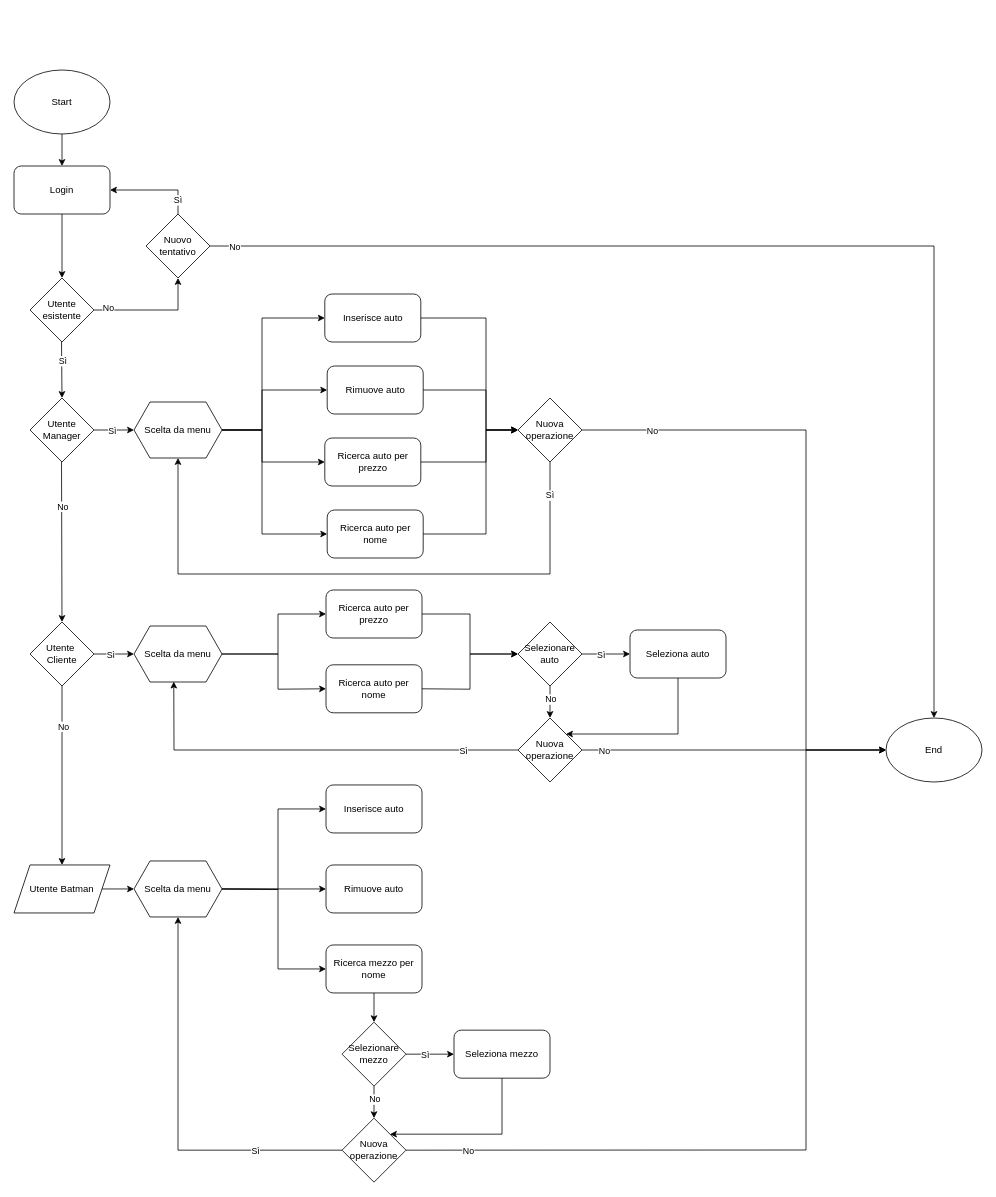
Above: Autonoleggio.drawio in margot71/Autonoleggio (draw.io), before the change. Source tidied: cells renumbered, new cells numbered last; positions are measured from the earlier drawing's top-left corner, leaving out a move shared by most shapes. Both pictures are drawn from the tidied source at 80%, with x=0, y=0 at pixel (14, 70).
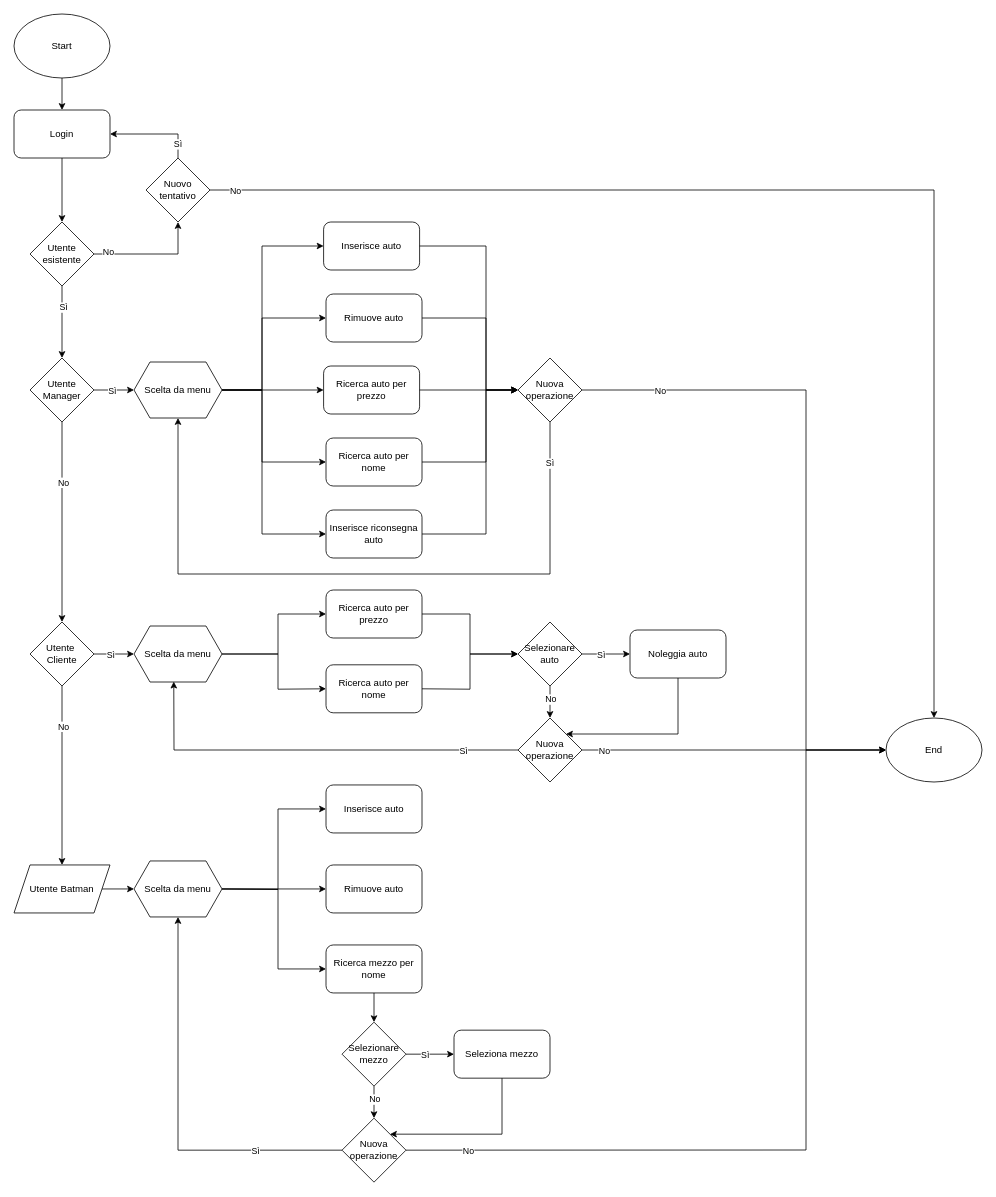
The same diagram, later.

The change refers to these unchanged cells:
```xml
<mxCell id="18" value="Utente&amp;nbsp;&lt;div&gt;Cliente&lt;/div&gt;" style="rhombus;whiteSpace=wrap;html=1;" parent="1" vertex="1">
  <mxGeometry x="20" y="690" width="80" height="80" as="geometry" />
</mxCell>
<mxCell id="55" value="End" style="ellipse;whiteSpace=wrap;html=1;" parent="1" vertex="1">
  <mxGeometry x="1090" y="810" width="120" height="80" as="geometry" />
</mxCell>
```

The edit, as a diff of the source:
```diff
@@
     <mxCell id="2" value="Start" style="ellipse;whiteSpace=wrap;html=1;" parent="1" vertex="1">
-      <mxGeometry width="120" height="80" as="geometry" />
+      <mxGeometry y="-70" width="120" height="80" as="geometry" />
     </mxCell>
@@
     <mxCell id="5" value="Scelta da menu" style="shape=hexagon;perimeter=hexagonPerimeter2;whiteSpace=wrap;html=1;fixedSize=1;" parent="1" vertex="1">
-      <mxGeometry x="150" y="415" width="110" height="70" as="geometry" />
+      <mxGeometry x="150" y="365" width="110" height="70" as="geometry" />
     </mxCell>
     <mxCell id="6" value="Utente esistente" style="rhombus;whiteSpace=wrap;html=1;" parent="1" vertex="1">
-      <mxGeometry x="20" y="260" width="80" height="80" as="geometry" />
+      <mxGeometry x="20" y="190" width="80" height="80" as="geometry" />
     </mxCell>
@@
     <mxCell id="8" style="endArrow=classic;html=1;rounded=0;entryX=0.5;entryY=1;entryDx=0;entryDy=0;" parent="1" edge="1" target="81">
       <mxGeometry relative="1" as="geometry">
-        <mxPoint x="100" y="300" as="sourcePoint" />
+        <mxPoint x="100" y="230" as="sourcePoint" />
         <Array as="points">
-          <mxPoint x="205" y="300" />
+          <mxPoint x="205" y="230" />
         </Array>
       </mxGeometry>
     </mxCell>
@@
-    <mxCell id="10" style="endArrow=classic;html=1;rounded=0;exitX=0.5;exitY=1;exitDx=0;exitDy=0;entryX=0.5;entryY=0;entryDx=0;entryDy=0;" parent="1" edge="1" target="12">
-      <mxGeometry relative="1" as="geometry">
-        <mxPoint x="59.4" y="340" as="sourcePoint" />
-      </mxGeometry>
+    <mxCell id="10" style="endArrow=classic;html=1;rounded=0;entryX=0.5;entryY=0;entryDx=0;entryDy=0;exitX=0.5;exitY=1;exitDx=0;exitDy=0;" parent="1" edge="1" source="6" target="12">
+      <mxGeometry relative="1" as="geometry" />
     </mxCell>
     <mxCell id="11" value="Sì" style="edgeLabel;html=1;align=center;verticalAlign=middle;" parent="10" vertex="1">
-      <mxGeometry x="-0.31" y="1" relative="1" as="geometry" />
+      <mxGeometry x="-0.42" y="1" relative="1" as="geometry" />
     </mxCell>
     <mxCell id="12" value="Utente Manager" style="rhombus;whiteSpace=wrap;html=1;" parent="1" vertex="1">
-      <mxGeometry x="20" y="410" width="80" height="80" as="geometry" />
+      <mxGeometry x="20" y="360" width="80" height="80" as="geometry" />
     </mxCell>
-    <mxCell id="13" style="endArrow=classic;html=1;rounded=0;exitX=0.5;exitY=1;exitDx=0;exitDy=0;entryX=0.5;entryY=0;entryDx=0;entryDy=0;" parent="1" edge="1" target="18">
-      <mxGeometry relative="1" as="geometry">
-        <mxPoint x="59.4" y="490" as="sourcePoint" />
-      </mxGeometry>
+    <mxCell id="13" style="endArrow=classic;html=1;rounded=0;exitX=0.5;exitY=1;exitDx=0;exitDy=0;entryX=0.5;entryY=0;entryDx=0;entryDy=0;" parent="1" edge="1" source="12" target="18">
+      <mxGeometry relative="1" as="geometry" />
     </mxCell>
@@
     <mxCell id="28" value="Login" style="rounded=1;whiteSpace=wrap;html=1;" parent="1" vertex="1">
-      <mxGeometry y="120" width="120" height="60" as="geometry" />
+      <mxGeometry y="50" width="120" height="60" as="geometry" />
     </mxCell>
     <mxCell id="29" value="Inserisce auto" style="rounded=1;whiteSpace=wrap;html=1;" parent="1" vertex="1">
-      <mxGeometry x="388.5" y="280" width="120" height="60" as="geometry" />
+      <mxGeometry x="387" y="190" width="120" height="60" as="geometry" />
     </mxCell>
     <mxCell id="30" value="Rimuove auto" style="rounded=1;whiteSpace=wrap;html=1;" parent="1" vertex="1">
-      <mxGeometry x="391.5" y="370" width="120" height="60" as="geometry" />
+      <mxGeometry x="390" y="280" width="120" height="60" as="geometry" />
     </mxCell>
     <mxCell id="31" style="endArrow=classic;html=1;rounded=0;exitX=1;exitY=0.5;exitDx=0;exitDy=0;entryX=0;entryY=0.5;entryDx=0;entryDy=0;" parent="1" edge="1" source="5" target="29">
       <mxGeometry relative="1" as="geometry">
         <Array as="points">
-          <mxPoint x="310" y="450" />
-          <mxPoint x="310" y="310" />
+          <mxPoint x="310" y="400" />
+          <mxPoint x="310" y="220" />
         </Array>
       </mxGeometry>
     </mxCell>
     <mxCell id="32" style="endArrow=classic;html=1;rounded=0;exitX=1;exitY=0.5;exitDx=0;exitDy=0;entryX=0;entryY=0.5;entryDx=0;entryDy=0;" parent="1" edge="1" source="5" target="30">
       <mxGeometry relative="1" as="geometry">
         <Array as="points">
-          <mxPoint x="310" y="450" />
           <mxPoint x="310" y="400" />
+          <mxPoint x="310" y="310" />
         </Array>
       </mxGeometry>
     </mxCell>
@@
-    <mxCell id="35" value="Seleziona auto" style="rounded=1;whiteSpace=wrap;html=1;" parent="1" vertex="1">
+    <mxCell id="35" value="Noleggia auto" style="rounded=1;whiteSpace=wrap;html=1;" parent="1" vertex="1">
       <mxGeometry x="770" y="700" width="120" height="60" as="geometry" />
     </mxCell>
@@
     <mxCell id="42" style="endArrow=classic;html=1;rounded=0;exitX=1;exitY=0.5;exitDx=0;exitDy=0;entryX=0;entryY=0.5;entryDx=0;entryDy=0;" parent="1" edge="1" source="5" target="44">
       <mxGeometry relative="1" as="geometry">
         <Array as="points">
-          <mxPoint x="310" y="450" />
-          <mxPoint x="310" y="490" />
+          <mxPoint x="310" y="400" />
         </Array>
       </mxGeometry>
     </mxCell>
     <mxCell id="43" style="endArrow=classic;html=1;rounded=0;exitX=1;exitY=0.5;exitDx=0;exitDy=0;entryX=0;entryY=0.5;entryDx=0;entryDy=0;" parent="1" edge="1" source="5" target="45">
       <mxGeometry relative="1" as="geometry">
         <Array as="points">
-          <mxPoint x="310" y="450" />
-          <mxPoint x="310" y="580" />
+          <mxPoint x="310" y="400" />
+          <mxPoint x="310" y="490" />
         </Array>
       </mxGeometry>
     </mxCell>
     <mxCell id="44" value="Ricerca auto per prezzo" style="rounded=1;whiteSpace=wrap;html=1;" parent="1" vertex="1">
-      <mxGeometry x="388.5" y="460" width="120" height="60" as="geometry" />
+      <mxGeometry x="387" y="370" width="120" height="60" as="geometry" />
     </mxCell>
     <mxCell id="45" value="Ricerca auto per nome" style="rounded=1;whiteSpace=wrap;html=1;" parent="1" vertex="1">
-      <mxGeometry x="391.5" y="550" width="120" height="60" as="geometry" />
+      <mxGeometry x="390" y="460" width="120" height="60" as="geometry" />
     </mxCell>
@@
     <mxCell id="50" value="Nuova operazione" style="rhombus;whiteSpace=wrap;html=1;" parent="1" vertex="1">
-      <mxGeometry x="630" y="410" width="80" height="80" as="geometry" />
+      <mxGeometry x="630" y="360" width="80" height="80" as="geometry" />
     </mxCell>
@@
     <mxCell id="53" style="endArrow=classic;html=1;rounded=0;exitX=1;exitY=0.5;exitDx=0;exitDy=0;" parent="1" edge="1" source="50" target="55">
       <mxGeometry relative="1" as="geometry">
         <Array as="points">
-          <mxPoint x="990" y="450" />
+          <mxPoint x="990" y="400" />
           <mxPoint x="990" y="850" />
         </Array>
       </mxGeometry>
     </mxCell>
@@
     <mxCell id="56" style="endArrow=classic;html=1;rounded=0;exitX=1;exitY=0.5;exitDx=0;exitDy=0;entryX=0;entryY=0.5;entryDx=0;entryDy=0;" parent="1" edge="1" source="29" target="50">
       <mxGeometry relative="1" as="geometry">
         <Array as="points">
-          <mxPoint x="590" y="310" />
-          <mxPoint x="590" y="450" />
+          <mxPoint x="590" y="220" />
+          <mxPoint x="590" y="400" />
         </Array>
       </mxGeometry>
     </mxCell>
     <mxCell id="57" style="endArrow=classic;html=1;rounded=0;exitX=1;exitY=0.5;exitDx=0;exitDy=0;entryX=0;entryY=0.5;entryDx=0;entryDy=0;" parent="1" edge="1" source="30" target="50">
       <mxGeometry relative="1" as="geometry">
         <Array as="points">
+          <mxPoint x="590" y="310" />
           <mxPoint x="590" y="400" />
-          <mxPoint x="590" y="450" />
         </Array>
       </mxGeometry>
     </mxCell>
     <mxCell id="58" style="endArrow=classic;html=1;rounded=0;exitX=1;exitY=0.5;exitDx=0;exitDy=0;entryX=0;entryY=0.5;entryDx=0;entryDy=0;" parent="1" edge="1" source="44" target="50">
       <mxGeometry relative="1" as="geometry">
         <Array as="points">
-          <mxPoint x="590" y="490" />
-          <mxPoint x="590" y="450" />
+          <mxPoint x="590" y="400" />
         </Array>
       </mxGeometry>
     </mxCell>
     <mxCell id="59" style="endArrow=classic;html=1;rounded=0;exitX=1;exitY=0.5;exitDx=0;exitDy=0;entryX=0;entryY=0.5;entryDx=0;entryDy=0;" parent="1" edge="1" source="45" target="50">
       <mxGeometry relative="1" as="geometry">
         <Array as="points">
-          <mxPoint x="590" y="580" />
-          <mxPoint x="590" y="450" />
+          <mxPoint x="590" y="490" />
+          <mxPoint x="590" y="400" />
         </Array>
       </mxGeometry>
     </mxCell>
@@
     <mxCell id="81" value="Nuovo tentativo" style="rhombus;whiteSpace=wrap;html=1;" parent="1" vertex="1">
-      <mxGeometry x="165" y="180" width="80" height="80" as="geometry" />
+      <mxGeometry x="165" y="110" width="80" height="80" as="geometry" />
     </mxCell>
     <mxCell id="82" style="endArrow=classic;html=1;rounded=0;exitX=0.5;exitY=0;exitDx=0;exitDy=0;entryX=1;entryY=0.5;entryDx=0;entryDy=0;" parent="1" edge="1" source="81" target="28">
       <mxGeometry relative="1" as="geometry">
         <Array as="points">
-          <mxPoint x="205" y="150" />
+          <mxPoint x="205" y="80" />
         </Array>
       </mxGeometry>
     </mxCell>
@@
     <mxCell id="84" style="endArrow=classic;html=1;rounded=0;exitX=1;exitY=0.5;exitDx=0;exitDy=0;entryX=0.5;entryY=0;entryDx=0;entryDy=0;" parent="1" edge="1" source="81" target="55">
       <mxGeometry relative="1" as="geometry">
         <Array as="points">
-          <mxPoint x="1150" y="220" />
+          <mxPoint x="1150" y="150" />
         </Array>
       </mxGeometry>
     </mxCell>
@@
+    <mxCell id="86" value="Inserisce riconsegna auto" style="rounded=1;whiteSpace=wrap;html=1;" parent="1" vertex="1">
+      <mxGeometry x="390" y="550" width="120" height="60" as="geometry" />
+    </mxCell>
+    <mxCell id="87" style="endArrow=classic;html=1;rounded=0;exitX=1;exitY=0.5;exitDx=0;exitDy=0;entryX=0;entryY=0.5;entryDx=0;entryDy=0;" parent="1" edge="1" source="5" target="86">
+      <mxGeometry relative="1" as="geometry">
+        <Array as="points">
+          <mxPoint x="310" y="400" />
+          <mxPoint x="310" y="580" />
+        </Array>
+      </mxGeometry>
+    </mxCell>
+    <mxCell id="88" style="endArrow=classic;html=1;rounded=0;exitX=1;exitY=0.5;exitDx=0;exitDy=0;entryX=0;entryY=0.5;entryDx=0;entryDy=0;" parent="1" edge="1" source="86" target="50">
+      <mxGeometry relative="1" as="geometry">
+        <Array as="points">
+          <mxPoint x="590" y="580" />
+          <mxPoint x="590" y="400" />
+        </Array>
+      </mxGeometry>
+    </mxCell>
```
